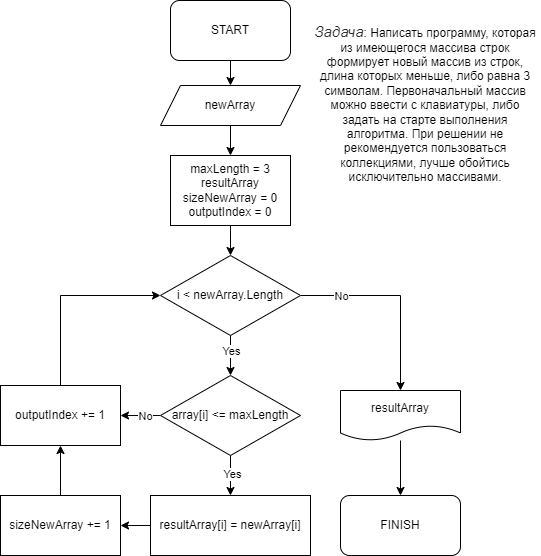
Before: BlockDiagram/BlockDiagram.png, a diagram exported from draw.io (deepburn83/C--ControlWork-). Source tidied: cells renumbered, new cells last; positions are measured from the earlier drawing's top-left corner, leaving out a move shared by most shapes. The source it was exported from:
```xml
<mxGraphModel>
  <root>
    <mxCell id="0" />
    <mxCell id="1" parent="0" />
    <mxCell id="2" style="edgeStyle=orthogonalEdgeStyle;rounded=0;jettySize=auto;html=1;" parent="1" edge="1" source="3" target="6">
      <mxGeometry relative="1" as="geometry" />
    </mxCell>
    <mxCell id="3" value="START" style="rounded=1;whiteSpace=wrap;html=1;" parent="1" vertex="1">
      <mxGeometry x="170" width="120" height="60" as="geometry" />
    </mxCell>
    <mxCell id="4" value="&lt;em style=&quot;box-sizing: border-box; color: rgb(44, 45, 48); font-family: Onest, Roboto, &amp;quot;San Francisco&amp;quot;, &amp;quot;Helvetica Neue&amp;quot;, Helvetica, Arial; font-size: 15px; text-align: start; background-color: rgb(255, 255, 255);&quot;&gt;Задача&lt;/em&gt;: Написать программу, которая из имеющегося массива строк формирует новый массив из строк, длина которых меньше, либо равна 3 символам. Первоначальный массив можно ввести с клавиатуры, либо задать на старте выполнения алгоритма. При решении не рекомендуется пользоваться коллекциями, лучше обойтись исключительно массивами." style="text;html=1;strokeColor=none;fillColor=none;align=center;verticalAlign=middle;whiteSpace=wrap;rounded=0;" parent="1" vertex="1">
      <mxGeometry x="310" width="230" height="205" as="geometry" />
    </mxCell>
    <mxCell id="5" style="edgeStyle=orthogonalEdgeStyle;rounded=0;jettySize=auto;html=1;" parent="1" edge="1" source="6" target="27">
      <mxGeometry relative="1" as="geometry" />
    </mxCell>
    <mxCell id="6" value="newArray" style="shape=parallelogram;perimeter=parallelogramPerimeter;whiteSpace=wrap;html=1;fixedSize=1;" parent="1" vertex="1">
      <mxGeometry x="160" y="85" width="140" height="40" as="geometry" />
    </mxCell>
    <mxCell id="7" style="edgeStyle=orthogonalEdgeStyle;rounded=0;jettySize=auto;html=1;" parent="1" edge="1" source="11" target="16">
      <mxGeometry relative="1" as="geometry" />
    </mxCell>
    <mxCell id="8" value="Yes" style="edgeLabel;html=1;align=center;verticalAlign=middle;" parent="7" vertex="1">
      <mxGeometry x="-0.25" relative="1" as="geometry" />
    </mxCell>
    <mxCell id="9" style="edgeStyle=orthogonalEdgeStyle;rounded=0;jettySize=auto;html=1;" parent="1" edge="1" source="11" target="22">
      <mxGeometry relative="1" as="geometry">
        <Array as="points">
          <mxPoint x="400" y="295" />
        </Array>
      </mxGeometry>
    </mxCell>
    <mxCell id="10" value="No" style="edgeLabel;html=1;align=center;verticalAlign=middle;" parent="9" vertex="1">
      <mxGeometry x="-0.31" y="1" relative="1" as="geometry">
        <mxPoint x="-27" y="1" as="offset" />
      </mxGeometry>
    </mxCell>
    <mxCell id="11" value="i &amp;lt; newArray.Length" style="rhombus;whiteSpace=wrap;html=1;" parent="1" vertex="1">
      <mxGeometry x="160" y="255" width="140" height="80" as="geometry" />
    </mxCell>
    <mxCell id="12" style="edgeStyle=orthogonalEdgeStyle;rounded=0;jettySize=auto;html=1;" parent="1" edge="1" source="16" target="18">
      <mxGeometry relative="1" as="geometry" />
    </mxCell>
    <mxCell id="13" value="Yes" style="edgeLabel;html=1;align=center;verticalAlign=middle;" parent="12" vertex="1">
      <mxGeometry x="-0.11" y="1" relative="1" as="geometry" />
    </mxCell>
    <mxCell id="14" style="edgeStyle=orthogonalEdgeStyle;rounded=0;jettySize=auto;html=1;" parent="1" edge="1" source="16" target="20">
      <mxGeometry relative="1" as="geometry" />
    </mxCell>
    <mxCell id="15" value="No" style="edgeLabel;html=1;align=center;verticalAlign=middle;" parent="14" vertex="1">
      <mxGeometry x="-0.21" relative="1" as="geometry" />
    </mxCell>
    <mxCell id="16" value="array[i] &amp;lt;= maxLength" style="rhombus;whiteSpace=wrap;html=1;" parent="1" vertex="1">
      <mxGeometry x="160" y="375" width="140" height="80" as="geometry" />
    </mxCell>
    <mxCell id="17" style="edgeStyle=orthogonalEdgeStyle;rounded=0;jettySize=auto;html=1;" parent="1" edge="1" source="18" target="25">
      <mxGeometry relative="1" as="geometry" />
    </mxCell>
    <mxCell id="18" value="resultArray[i] = newArray[i]" style="rounded=0;whiteSpace=wrap;html=1;" parent="1" vertex="1">
      <mxGeometry x="150" y="495" width="160" height="60" as="geometry" />
    </mxCell>
    <mxCell id="19" style="edgeStyle=orthogonalEdgeStyle;rounded=0;jettySize=auto;html=1;" parent="1" edge="1" source="20" target="11">
      <mxGeometry relative="1" as="geometry">
        <Array as="points">
          <mxPoint x="60" y="295" />
        </Array>
      </mxGeometry>
    </mxCell>
    <mxCell id="20" value="outputIndex += 1" style="rounded=0;whiteSpace=wrap;html=1;" parent="1" vertex="1">
      <mxGeometry y="385" width="120" height="60" as="geometry" />
    </mxCell>
    <mxCell id="21" style="edgeStyle=orthogonalEdgeStyle;rounded=0;jettySize=auto;html=1;" parent="1" edge="1" source="22" target="23">
      <mxGeometry relative="1" as="geometry" />
    </mxCell>
    <mxCell id="22" value="resultArray" style="shape=document;whiteSpace=wrap;html=1;boundedLbl=1;" parent="1" vertex="1">
      <mxGeometry x="340" y="390" width="120" height="50" as="geometry" />
    </mxCell>
    <mxCell id="23" value="FINISH" style="rounded=1;whiteSpace=wrap;html=1;" parent="1" vertex="1">
      <mxGeometry x="340" y="495" width="120" height="60" as="geometry" />
    </mxCell>
    <mxCell id="24" style="edgeStyle=orthogonalEdgeStyle;rounded=0;jettySize=auto;html=1;" parent="1" edge="1" source="25" target="20">
      <mxGeometry relative="1" as="geometry" />
    </mxCell>
    <mxCell id="25" value="sizeNewArray += 1" style="whiteSpace=wrap;html=1;rounded=0;" parent="1" vertex="1">
      <mxGeometry y="495" width="120" height="60" as="geometry" />
    </mxCell>
    <mxCell id="26" style="edgeStyle=orthogonalEdgeStyle;rounded=0;jettySize=auto;html=1;" parent="1" edge="1" source="27" target="11">
      <mxGeometry relative="1" as="geometry" />
    </mxCell>
    <mxCell id="27" value="maxLength = 3&lt;br&gt;resultArray&lt;br&gt;sizeNewArray = 0&lt;br style=&quot;border-color: var(--border-color);&quot;&gt;outputIndex = 0" style="whiteSpace=wrap;html=1;" parent="1" vertex="1">
      <mxGeometry x="170" y="155" width="120" height="70" as="geometry" />
    </mxCell>
  </root>
</mxGraphModel>
```
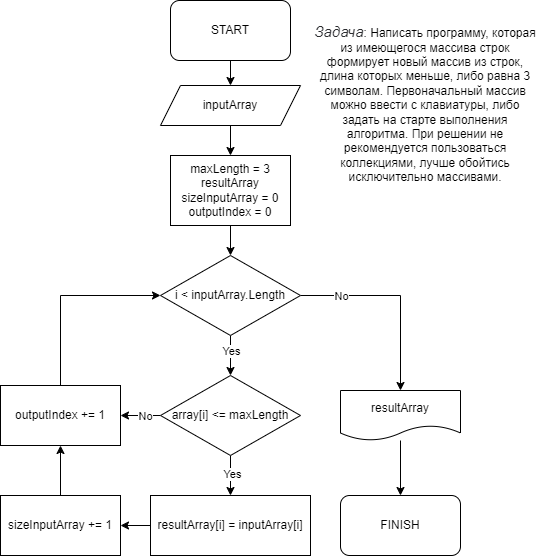
Later version of the same file.

What changed in the source:
```diff
@@ -14,7 +14,7 @@
     <mxCell id="5" style="edgeStyle=orthogonalEdgeStyle;rounded=0;jettySize=auto;html=1;" parent="1" edge="1" source="6" target="27">
       <mxGeometry relative="1" as="geometry" />
     </mxCell>
-    <mxCell id="6" value="newArray" style="shape=parallelogram;perimeter=parallelogramPerimeter;whiteSpace=wrap;html=1;fixedSize=1;" parent="1" vertex="1">
+    <mxCell id="6" value="inputArray" style="shape=parallelogram;perimeter=parallelogramPerimeter;whiteSpace=wrap;html=1;fixedSize=1;" parent="1" vertex="1">
       <mxGeometry x="160" y="85" width="140" height="40" as="geometry" />
     </mxCell>
     <mxCell id="7" style="edgeStyle=orthogonalEdgeStyle;rounded=0;jettySize=auto;html=1;" parent="1" edge="1" source="11" target="16">
@@ -35,7 +35,7 @@
         <mxPoint x="-27" y="1" as="offset" />
       </mxGeometry>
     </mxCell>
-    <mxCell id="11" value="i &amp;lt; newArray.Length" style="rhombus;whiteSpace=wrap;html=1;" parent="1" vertex="1">
+    <mxCell id="11" value="i &amp;lt; inputArray.Length" style="rhombus;whiteSpace=wrap;html=1;" parent="1" vertex="1">
       <mxGeometry x="160" y="255" width="140" height="80" as="geometry" />
     </mxCell>
     <mxCell id="12" style="edgeStyle=orthogonalEdgeStyle;rounded=0;jettySize=auto;html=1;" parent="1" edge="1" source="16" target="18">
@@ -56,7 +56,7 @@
     <mxCell id="17" style="edgeStyle=orthogonalEdgeStyle;rounded=0;jettySize=auto;html=1;" parent="1" edge="1" source="18" target="25">
       <mxGeometry relative="1" as="geometry" />
     </mxCell>
-    <mxCell id="18" value="resultArray[i] = newArray[i]" style="rounded=0;whiteSpace=wrap;html=1;" parent="1" vertex="1">
+    <mxCell id="18" value="resultArray[i] = inputArray[i]" style="rounded=0;whiteSpace=wrap;html=1;" parent="1" vertex="1">
       <mxGeometry x="150" y="495" width="160" height="60" as="geometry" />
     </mxCell>
     <mxCell id="19" style="edgeStyle=orthogonalEdgeStyle;rounded=0;jettySize=auto;html=1;" parent="1" edge="1" source="20" target="11">
@@ -81,13 +81,13 @@
     <mxCell id="24" style="edgeStyle=orthogonalEdgeStyle;rounded=0;jettySize=auto;html=1;" parent="1" edge="1" source="25" target="20">
       <mxGeometry relative="1" as="geometry" />
     </mxCell>
-    <mxCell id="25" value="sizeNewArray += 1" style="whiteSpace=wrap;html=1;rounded=0;" parent="1" vertex="1">
+    <mxCell id="25" value="sizeInputArray += 1" style="whiteSpace=wrap;html=1;rounded=0;" parent="1" vertex="1">
       <mxGeometry y="495" width="120" height="60" as="geometry" />
     </mxCell>
     <mxCell id="26" style="edgeStyle=orthogonalEdgeStyle;rounded=0;jettySize=auto;html=1;" parent="1" edge="1" source="27" target="11">
       <mxGeometry relative="1" as="geometry" />
     </mxCell>
-    <mxCell id="27" value="maxLength = 3&lt;br&gt;resultArray&lt;br&gt;sizeNewArray = 0&lt;br style=&quot;border-color: var(--border-color);&quot;&gt;outputIndex = 0" style="whiteSpace=wrap;html=1;" parent="1" vertex="1">
+    <mxCell id="27" value="maxLength = 3&lt;br&gt;resultArray&lt;br&gt;sizeInputArray = 0&lt;br style=&quot;border-color: var(--border-color);&quot;&gt;outputIndex = 0" style="whiteSpace=wrap;html=1;" parent="1" vertex="1">
       <mxGeometry x="170" y="155" width="120" height="70" as="geometry" />
     </mxCell>
   </root>
```
